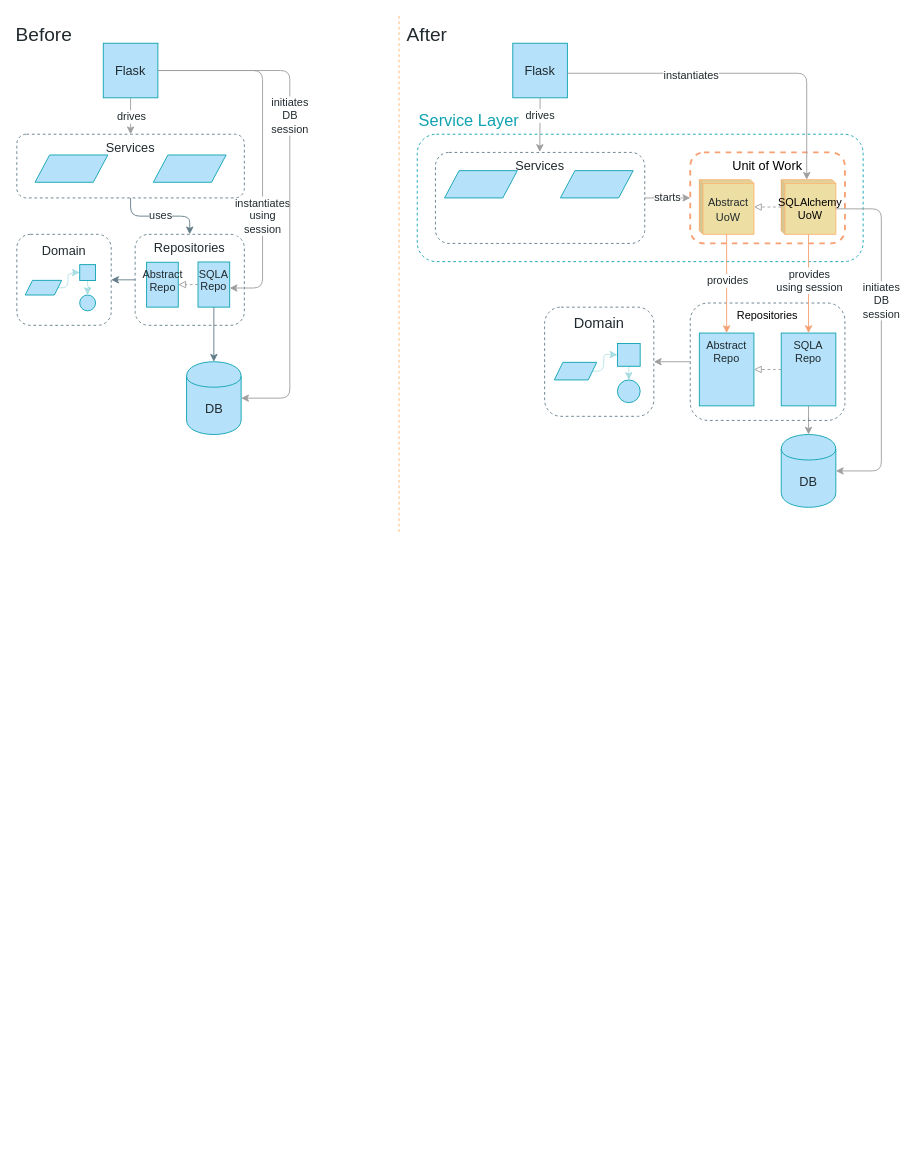
Above: page "Chapter 6" (4 of 11) of maps.drawio in cosmicpython/book (draw.io), before the change. Source tidied: cells renumbered, new cells numbered last; positions are measured from the earlier drawing's top-left corner, leaving out a move shared by most shapes. Both pictures are drawn from the tidied source at 91%, with x=0, y=0 at pixel (15, 15).
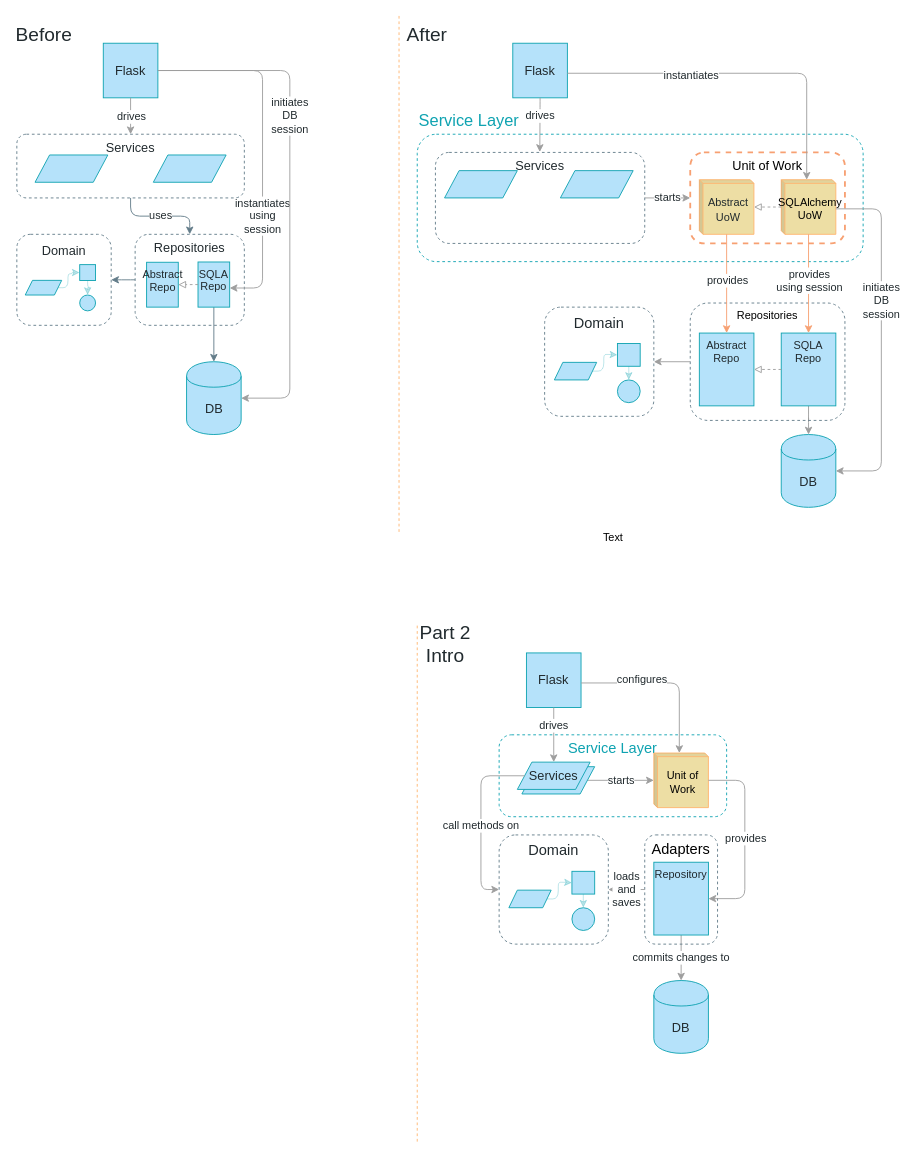
The same diagram, later.

Commit message:
part 2 intro diagram

The edit, as a diff of the source:
```diff
@@
+    <mxCell id="64" value="Service Layer" style="rounded=1;whiteSpace=wrap;html=1;shadow=0;dashed=1;fontFamily=Guardian Sans Cond Light;fontSize=16;fontColor=#0FA3B1;align=center;strokeColor=#0FA3B1;gradientColor=#ffffff;fillColor=none;labelPosition=center;verticalLabelPosition=middle;verticalAlign=top;spacing=0;" parent="1" vertex="1">
+      <mxGeometry x="531" y="790" width="250" height="90" as="geometry" />
+    </mxCell>
+    <mxCell id="65" value="Part 2 Intro" style="text;html=1;strokeColor=none;fillColor=none;align=center;verticalAlign=middle;whiteSpace=wrap;rounded=0;fontFamily=Guardian Sans Cond Light;fontSize=21;fontColor=#212A2E;" parent="1" vertex="1">
+      <mxGeometry x="441" y="680" width="62" height="20" as="geometry" />
+    </mxCell>
+    <mxCell id="66" value="Flask" style="whiteSpace=wrap;html=1;strokeColor=#0FA3B1;fillColor=#B5E2FA;gradientColor=none;fontFamily=Guardian Sans Cond Light;fontSize=14;fontColor=#212A2E;" parent="1" vertex="1">
+      <mxGeometry x="561" y="700" width="60" height="60" as="geometry" />
+    </mxCell>
+    <mxCell id="67" value="DB" style="shape=cylinder;whiteSpace=wrap;html=1;boundedLbl=1;backgroundOutline=1;strokeColor=#0FA3B1;fillColor=#B5E2FA;fontSize=14;fontColor=#212A2E;gradientColor=none;fontFamily=Guardian Sans Cond Light;" parent="1" vertex="1">
+      <mxGeometry x="701" y="1060" width="60" height="80" as="geometry" />
+    </mxCell>
+    <mxCell id="68" value="commits changes to" style="edgeStyle=orthogonalEdgeStyle;jettySize=auto;html=1;strokeColor=#9E9E9E;fillColor=#B5E2FA;fontFamily=Guardian Sans Cond Light;fontSize=12;fontColor=#212A2E;" parent="1" edge="1" source="85" target="67">
+      <mxGeometry relative="1" as="geometry" />
+    </mxCell>
+    <mxCell id="69" style="endArrow=none;dashed=1;html=1;strokeColor=#FFB570;fillColor=#B5E2FA;fontFamily=Guardian Sans Cond Light;fontSize=21;fontColor=#212A2E;" parent="1" edge="1">
+      <mxGeometry relative="1" as="geometry">
+        <mxPoint x="441" y="670" as="sourcePoint" />
+        <mxPoint x="441" y="1240" as="targetPoint" />
+      </mxGeometry>
+    </mxCell>
+    <mxCell id="70" style="edgeStyle=orthogonalEdgeStyle;jettySize=auto;html=1;strokeColor=#9E9E9E;fillColor=#B5E2FA;fontFamily=Guardian Sans Cond Light;fontSize=12;fontColor=#212A2E;entryX=0;entryY=0;entryDx=28;entryDy=0;entryPerimeter=0;" parent="1" edge="1" source="66" target="72">
+      <mxGeometry relative="1" as="geometry">
+        <Array as="points">
+          <mxPoint x="729" y="733" />
+        </Array>
+      </mxGeometry>
+    </mxCell>
+    <mxCell id="71" value="configures" style="text;html=1;align=center;verticalAlign=middle;labelBackgroundColor=#ffffff;fontSize=12;fontFamily=Guardian Sans Cond Light;fontColor=#212A2E;" parent="70" vertex="1">
+      <mxGeometry x="-0.29" y="-2" relative="1" as="geometry">
+        <mxPoint x="0.9" y="-5.1" as="offset" />
+      </mxGeometry>
+    </mxCell>
+    <mxCell id="72" value="Unit of Work" style="shape=cube;whiteSpace=wrap;html=1;boundedLbl=1;backgroundOutline=1;darkOpacity=0.05;darkOpacity2=0.1;fontFamily=Guardian Sans Cond Light;fontSize=12;fontColor=#000000;align=center;strokeColor=#FFB570;fillColor=#EDDEA4;size=4;" parent="1" vertex="1">
+      <mxGeometry x="701" y="810" width="60" height="60" as="geometry" />
+    </mxCell>
+    <mxCell id="73" value="starts" style="edgeStyle=orthogonalEdgeStyle;jettySize=auto;html=1;strokeColor=#9E9E9E;fillColor=#B5E2FA;fontFamily=Guardian Sans Cond Light;fontSize=12;fontColor=#212A2E;exitX=1;exitY=0.5;exitDx=0;exitDy=0;" parent="1" edge="1" source="90" target="72">
+      <mxGeometry relative="1" as="geometry" />
+    </mxCell>
+    <mxCell id="74" value="drives" style="edgeStyle=orthogonalEdgeStyle;jettySize=auto;html=1;strokeColor=#9E9E9E;fillColor=#B5E2FA;fontFamily=Guardian Sans Cond Light;fontSize=12;fontColor=#212A2E;exitX=0.5;exitY=1;exitDx=0;exitDy=0;" parent="1" edge="1" source="66" target="91">
+      <mxGeometry x="-0.34" relative="1" as="geometry" />
+    </mxCell>
+    <mxCell id="75" style="group;" parent="1" vertex="1">
+      <mxGeometry x="531" y="900" width="120" height="120" as="geometry" />
+    </mxCell>
+    <mxCell id="76" style="group;fontSize=16;" parent="75" vertex="1">
+      <mxGeometry width="120" height="120" as="geometry" />
+    </mxCell>
+    <mxCell id="77" value="&lt;font style=&quot;font-size: 16px&quot;&gt;Domain&lt;br&gt;&lt;/font&gt;" style="rounded=1;whiteSpace=wrap;html=1;fontFamily=Guardian Sans Cond Light;verticalAlign=top;fontSize=18;fontColor=#212A2E;fillColor=none;strokeColor=#637C89;dashed=1;" parent="76" vertex="1">
+      <mxGeometry width="120" height="120" as="geometry" />
+    </mxCell>
+    <mxCell id="78" style="whiteSpace=wrap;html=1;fontSize=22;strokeColor=#0FA3B1;fillColor=#B5E2FA;fontFamily=Guardian Sans Cond Light;" parent="76" vertex="1">
+      <mxGeometry x="80" y="40" width="25" height="25" as="geometry" />
+    </mxCell>
+    <mxCell id="79" style="ellipse;whiteSpace=wrap;html=1;fontSize=20;strokeColor=#0FA3B1;fillColor=#B5E2FA;fontFamily=Guardian Sans Cond Light;" parent="76" vertex="1">
+      <mxGeometry x="80" y="80" width="25" height="25" as="geometry" />
+    </mxCell>
+    <mxCell id="80" style="edgeStyle=orthogonalEdgeStyle;jettySize=auto;html=1;fontSize=14;strokeColor=#0FA3B1;fillColor=#B5E2FA;opacity=30;exitX=0.5;exitY=1;exitDx=0;exitDy=0;entryX=0.5;entryY=0;entryDx=0;entryDy=0;" parent="76" edge="1" source="78" target="79">
+      <mxGeometry relative="1" as="geometry">
+        <Array as="points">
+          <mxPoint x="93" y="70" />
+          <mxPoint x="93" y="70" />
+        </Array>
+      </mxGeometry>
+    </mxCell>
+    <mxCell id="81" style="edgeStyle=orthogonalEdgeStyle;rounded=1;jettySize=auto;html=1;fontSize=14;strokeColor=#0FA3B1;entryX=0;entryY=0.5;entryDx=0;entryDy=0;exitX=1;exitY=0.5;exitDx=0;exitDy=0;opacity=30;" parent="76" edge="1" source="82" target="78">
+      <mxGeometry relative="1" as="geometry">
+        <Array as="points">
+          <mxPoint x="65" y="70" />
+          <mxPoint x="65" y="52" />
+          <mxPoint x="70" y="52" />
+        </Array>
+      </mxGeometry>
+    </mxCell>
+    <mxCell id="82" style="shape=parallelogram;perimeter=parallelogramPerimeter;whiteSpace=wrap;html=1;strokeColor=#0FA3B1;fillColor=#B5E2FA;fontFamily=Guardian Sans Cond Light;fontSize=22;align=center;" parent="76" vertex="1">
+      <mxGeometry x="10.7" y="60.7" width="46.5" height="19.3" as="geometry" />
+    </mxCell>
+    <mxCell id="83" value="Adapters" style="whiteSpace=wrap;html=1;strokeColor=#637C89;fillColor=none;gradientColor=none;fontFamily=Guardian Sans Cond Light;fontSize=16;fontColor=#000000;verticalAlign=top;rounded=1;dashed=1;labelPosition=center;verticalLabelPosition=middle;align=center;" parent="1" vertex="1">
+      <mxGeometry x="691" y="900" width="80" height="120" as="geometry" />
+    </mxCell>
+    <mxCell id="84" value="loads&lt;br&gt;and&lt;br&gt;saves" style="edgeStyle=orthogonalEdgeStyle;jettySize=auto;html=1;strokeColor=#9E9E9E;fillColor=#B5E2FA;fontFamily=Guardian Sans Cond Light;fontSize=12;fontColor=#212A2E;" parent="1" edge="1" source="83" target="77">
+      <mxGeometry relative="1" as="geometry" />
+    </mxCell>
+    <mxCell id="85" value="Repository" style="whiteSpace=wrap;html=1;strokeColor=#0FA3B1;fillColor=#B5E2FA;gradientColor=none;fontFamily=Guardian Sans Cond Light;fontSize=12;fontColor=#212A2E;verticalAlign=top;" parent="1" vertex="1">
+      <mxGeometry x="701" y="930" width="60" height="80" as="geometry" />
+    </mxCell>
+    <mxCell id="86" style="edgeStyle=orthogonalEdgeStyle;jettySize=auto;html=1;strokeColor=#9E9E9E;fillColor=#B5E2FA;fontFamily=Guardian Sans Cond Light;fontSize=12;fontColor=#212A2E;" parent="1" edge="1" source="72" target="85">
+      <mxGeometry relative="1" as="geometry">
+        <Array as="points">
+          <mxPoint x="801" y="840" />
+          <mxPoint x="801" y="970" />
+        </Array>
+      </mxGeometry>
+    </mxCell>
+    <mxCell id="87" value="provides" style="text;html=1;align=center;verticalAlign=middle;labelBackgroundColor=#ffffff;fontSize=12;fontFamily=Guardian Sans Cond Light;fontColor=#212A2E;" parent="86" vertex="1">
+      <mxGeometry x="0.04" y="3" relative="1" as="geometry">
+        <mxPoint x="-3" y="-5.8" as="offset" />
+      </mxGeometry>
+    </mxCell>
+    <mxCell id="88" value="Text" style="text;html=1;align=center;verticalAlign=middle;" parent="1" vertex="1">
+      <mxGeometry x="636" y="564" width="40" height="20" as="geometry" />
+    </mxCell>
+    <mxCell id="89" style="group;" parent="1" vertex="1">
+      <mxGeometry x="551" y="820" width="85" height="35" as="geometry" />
+    </mxCell>
+    <mxCell id="90" style="shape=parallelogram;perimeter=parallelogramPerimeter;whiteSpace=wrap;html=1;fontFamily=Guardian Sans Cond Light;fontSize=14;fontColor=#212A2E;align=center;strokeColor=#0FA3B1;fillColor=#B5E2FA;" parent="89" vertex="1">
+      <mxGeometry x="5" y="5" width="80" height="30" as="geometry" />
+    </mxCell>
+    <mxCell id="91" value="Services" style="shape=parallelogram;perimeter=parallelogramPerimeter;whiteSpace=wrap;html=1;fontFamily=Guardian Sans Cond Light;fontSize=14;fontColor=#212A2E;align=center;strokeColor=#0FA3B1;fillColor=#B5E2FA;" parent="89" vertex="1">
+      <mxGeometry width="80" height="30" as="geometry" />
+    </mxCell>
+    <mxCell id="92" value="call methods on" style="edgeStyle=orthogonalEdgeStyle;jettySize=auto;html=1;strokeColor=#9E9E9E;fillColor=#B5E2FA;fontFamily=Guardian Sans Cond Light;fontSize=12;fontColor=#212A2E;exitX=0;exitY=0.5;exitDx=0;exitDy=0;entryX=0;entryY=0.5;entryDx=0;entryDy=0;" parent="1" edge="1" source="91" target="77">
+      <mxGeometry x="0.07" relative="1" as="geometry">
+        <Array as="points">
+          <mxPoint x="511" y="835" />
+          <mxPoint x="511" y="960" />
+        </Array>
+      </mxGeometry>
+    </mxCell>
```
